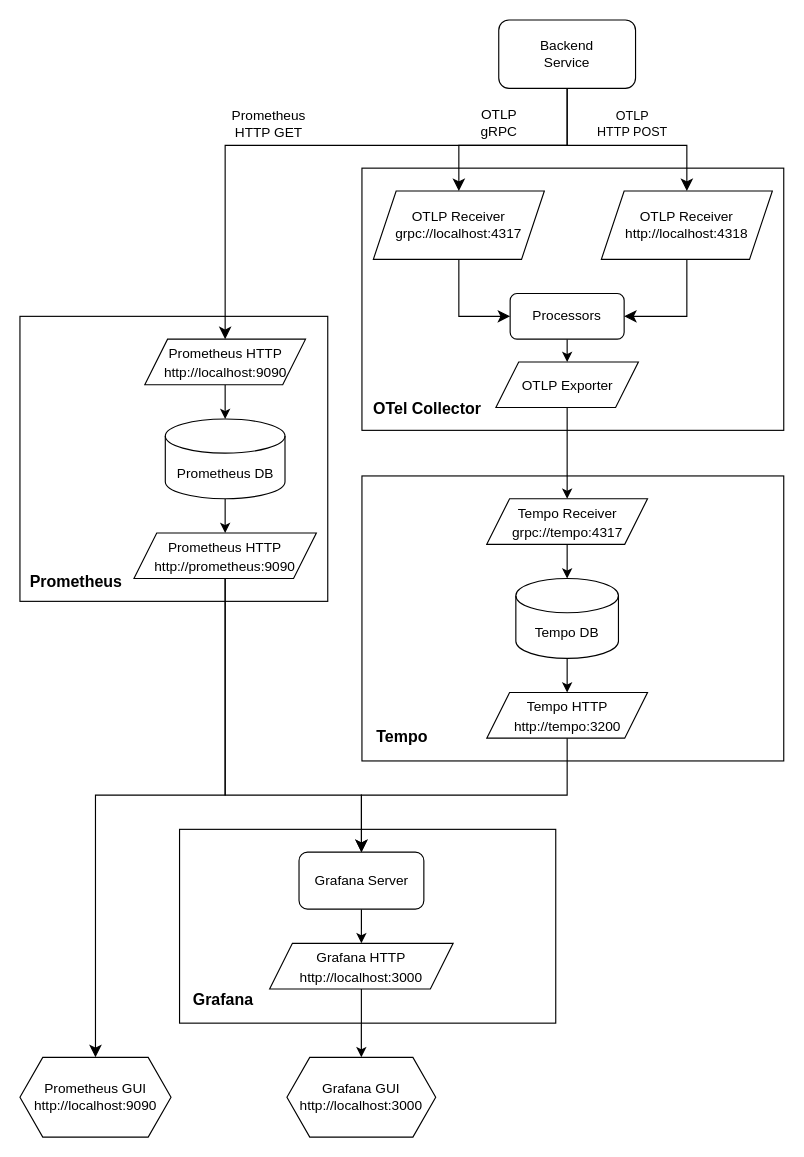
Above: figure/structure.drawio in gary1030/observability-demo (draw.io), before the change. Source tidied: cells renumbered, new cells numbered last; positions are measured from the earlier drawing's top-left corner, leaving out a move shared by most shapes. Both pictures are drawn from the tidied source at 114%, with x=0, y=0 at pixel (19, 19).
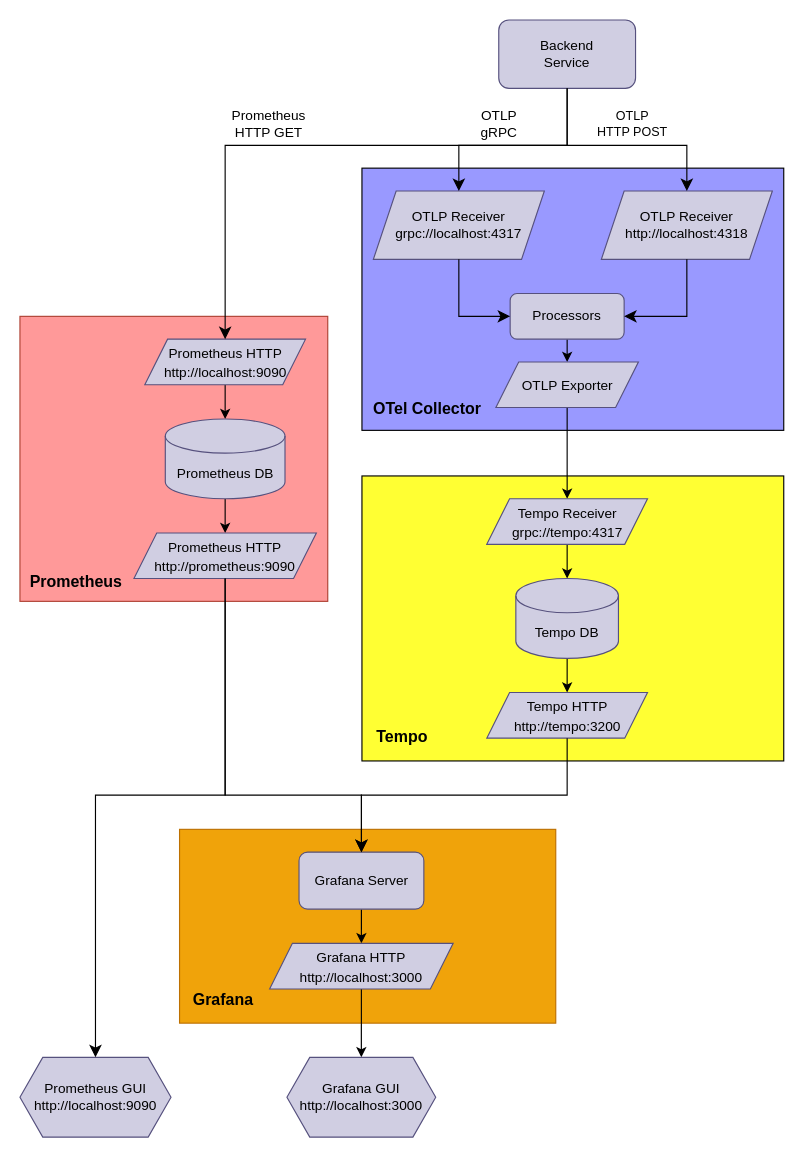
The same page after the edit.

The edit, as a diff of the source:
```diff
@@
-<mxGraphModel>
+<mxGraphModel background="#ffffff">
@@
-    <mxCell id="2" value="Backend&lt;br&gt;Service" style="rounded=1;whiteSpace=wrap;html=1;" parent="1" vertex="1">
+    <mxCell id="2" value="&lt;font color=&quot;#000000&quot;&gt;Backend&lt;br&gt;Service&lt;/font&gt;" style="rounded=1;whiteSpace=wrap;html=1;fillColor=#d0cee2;strokeColor=#56517e;" parent="1" vertex="1">
       <mxGeometry x="420" width="120" height="60" as="geometry" />
     </mxCell>
-    <mxCell id="3" style="rounded=0;whiteSpace=wrap;html=1;" parent="1" vertex="1">
+    <mxCell id="3" style="rounded=0;whiteSpace=wrap;html=1;fillColor=#9999FF;" parent="1" vertex="1">
       <mxGeometry x="300" y="130" width="370" height="230" as="geometry" />
     </mxCell>
-    <mxCell id="4" value="OTLP Receiver&lt;br&gt;grpc://localhost:4317" style="shape=parallelogram;perimeter=parallelogramPerimeter;whiteSpace=wrap;html=1;fixedSize=1;" parent="1" vertex="1">
+    <mxCell id="4" value="&lt;font color=&quot;#000000&quot;&gt;OTLP Receiver&lt;br&gt;grpc://localhost:4317&lt;/font&gt;" style="shape=parallelogram;perimeter=parallelogramPerimeter;whiteSpace=wrap;html=1;fixedSize=1;fillColor=#d0cee2;strokeColor=#56517e;" parent="1" vertex="1">
       <mxGeometry x="310" y="150" width="150" height="60" as="geometry" />
     </mxCell>
-    <mxCell id="5" value="OTLP Receiver&lt;br&gt;http://localhost:4318" style="shape=parallelogram;perimeter=parallelogramPerimeter;whiteSpace=wrap;html=1;fixedSize=1;" parent="1" vertex="1">
+    <mxCell id="5" value="&lt;font color=&quot;#000000&quot;&gt;OTLP Receiver&lt;br&gt;http://localhost:4318&lt;/font&gt;" style="shape=parallelogram;perimeter=parallelogramPerimeter;whiteSpace=wrap;html=1;fixedSize=1;fillColor=#d0cee2;strokeColor=#56517e;" parent="1" vertex="1">
       <mxGeometry x="510" y="150" width="150" height="60" as="geometry" />
     </mxCell>
-    <mxCell id="6" style="edgeStyle=none;html=1;fontSize=14;" parent="1" edge="1" source="7" target="17">
+    <mxCell id="6" style="edgeStyle=none;html=1;fontSize=14;strokeColor=#000000;" parent="1" edge="1" source="7" target="17">
       <mxGeometry relative="1" as="geometry" />
     </mxCell>
-    <mxCell id="7" value="Processors" style="rounded=1;whiteSpace=wrap;html=1;" parent="1" vertex="1">
+    <mxCell id="7" value="&lt;font color=&quot;#000000&quot;&gt;Processors&lt;/font&gt;" style="rounded=1;whiteSpace=wrap;html=1;fillColor=#d0cee2;strokeColor=#56517e;" parent="1" vertex="1">
       <mxGeometry x="430" y="240" width="100" height="40" as="geometry" />
     </mxCell>
-    <mxCell id="8" style="edgeStyle=elbowEdgeStyle;elbow=vertical;endArrow=classic;html=1;curved=0;rounded=0;endSize=8;startSize=8;exitX=0.5;exitY=1;exitDx=0;exitDy=0;entryX=0.5;entryY=0;entryDx=0;entryDy=0;" parent="1" edge="1" source="2" target="5">
+    <mxCell id="8" style="edgeStyle=elbowEdgeStyle;elbow=vertical;endArrow=classic;html=1;curved=0;rounded=0;endSize=8;startSize=8;exitX=0.5;exitY=1;exitDx=0;exitDy=0;entryX=0.5;entryY=0;entryDx=0;entryDy=0;strokeColor=#000000;" parent="1" edge="1" source="2" target="5">
       <mxGeometry relative="1" as="geometry">
         <Array as="points">
           <mxPoint x="530" y="110" />
         </Array>
       </mxGeometry>
     </mxCell>
-    <mxCell id="9" value="OTLP&lt;br&gt;HTTP POST" style="edgeLabel;html=1;align=center;verticalAlign=middle;" parent="8" vertex="1">
+    <mxCell id="9" value="&lt;font color=&quot;#000000&quot;&gt;OTLP&lt;br&gt;HTTP POST&lt;/font&gt;" style="edgeLabel;html=1;align=center;verticalAlign=middle;labelBackgroundColor=none;" parent="8" vertex="1">
       <mxGeometry x="0.18" y="1" relative="1" as="geometry">
         <mxPoint x="-9" y="-19" as="offset" />
       </mxGeometry>
     </mxCell>
-    <mxCell id="10" style="edgeStyle=elbowEdgeStyle;elbow=vertical;endArrow=classic;html=1;curved=0;rounded=0;endSize=8;startSize=8;exitX=0.5;exitY=1;exitDx=0;exitDy=0;entryX=0.5;entryY=0;entryDx=0;entryDy=0;" parent="1" edge="1" source="2" target="4">
+    <mxCell id="10" style="edgeStyle=elbowEdgeStyle;elbow=vertical;endArrow=classic;html=1;curved=0;rounded=0;endSize=8;startSize=8;exitX=0.5;exitY=1;exitDx=0;exitDy=0;entryX=0.5;entryY=0;entryDx=0;entryDy=0;strokeColor=#000000;" parent="1" edge="1" source="2" target="4">
       <mxGeometry relative="1" as="geometry">
         <Array as="points">
           <mxPoint x="430" y="110" />
         </Array>
       </mxGeometry>
     </mxCell>
-    <mxCell id="11" value="OTLP&lt;br&gt;gRPC" style="text;html=1;align=center;verticalAlign=middle;strokeColor=none;fillColor=none;" parent="1" vertex="1">
-      <mxGeometry x="390" y="70" width="60" height="40" as="geometry" />
+    <mxCell id="11" value="&lt;font color=&quot;#000000&quot;&gt;OTLP&lt;br&gt;gRPC&lt;/font&gt;" style="text;html=1;align=center;verticalAlign=middle;strokeColor=none;fillColor=none;" parent="1" vertex="1">
+      <mxGeometry x="395" y="70" width="50" height="41" as="geometry" />
     </mxCell>
-    <mxCell id="12" style="edgeStyle=elbowEdgeStyle;elbow=horizontal;endArrow=classic;html=1;curved=0;rounded=0;endSize=8;startSize=8;exitX=0.5;exitY=1;exitDx=0;exitDy=0;entryX=1;entryY=0.5;entryDx=0;entryDy=0;" parent="1" edge="1" source="5" target="7">
+    <mxCell id="12" style="edgeStyle=elbowEdgeStyle;elbow=horizontal;endArrow=classic;html=1;curved=0;rounded=0;endSize=8;startSize=8;exitX=0.5;exitY=1;exitDx=0;exitDy=0;entryX=1;entryY=0.5;entryDx=0;entryDy=0;strokeColor=#000000;" parent="1" edge="1" source="5" target="7">
       <mxGeometry relative="1" as="geometry">
         <Array as="points">
           <mxPoint x="585" y="250" />
         </Array>
       </mxGeometry>
     </mxCell>
-    <mxCell id="13" style="edgeStyle=elbowEdgeStyle;elbow=horizontal;endArrow=classic;html=1;curved=0;rounded=0;endSize=8;startSize=8;exitX=0.5;exitY=1;exitDx=0;exitDy=0;entryX=0;entryY=0.5;entryDx=0;entryDy=0;" parent="1" edge="1" source="4" target="7">
+    <mxCell id="13" style="edgeStyle=elbowEdgeStyle;elbow=horizontal;endArrow=classic;html=1;curved=0;rounded=0;endSize=8;startSize=8;exitX=0.5;exitY=1;exitDx=0;exitDy=0;entryX=0;entryY=0.5;entryDx=0;entryDy=0;strokeColor=#000000;" parent="1" edge="1" source="4" target="7">
       <mxGeometry relative="1" as="geometry">
         <Array as="points">
           <mxPoint x="385" y="240" />
         </Array>
       </mxGeometry>
     </mxCell>
-    <mxCell id="14" value="&lt;font style=&quot;font-size: 14px;&quot;&gt;OTel Collector&amp;nbsp;&lt;/font&gt;" style="text;strokeColor=none;fillColor=none;html=1;fontSize=24;fontStyle=1;verticalAlign=middle;align=center;" parent="1" vertex="1">
+    <mxCell id="14" value="&lt;font color=&quot;#000000&quot; style=&quot;font-size: 14px;&quot;&gt;OTel Collector&amp;nbsp;&lt;/font&gt;" style="text;strokeColor=none;fillColor=none;html=1;fontSize=24;fontStyle=1;verticalAlign=middle;align=center;" parent="1" vertex="1">
       <mxGeometry x="309" y="318" width="100" height="40" as="geometry" />
     </mxCell>
-    <mxCell id="15" style="rounded=0;whiteSpace=wrap;html=1;fontSize=14;" parent="1" vertex="1">
+    <mxCell id="15" style="rounded=0;whiteSpace=wrap;html=1;fontSize=14;fillColor=#FFFF33;" parent="1" vertex="1">
       <mxGeometry x="300" y="400" width="370" height="250" as="geometry" />
     </mxCell>
-    <mxCell id="16" style="edgeStyle=none;html=1;fontSize=12;" parent="1" edge="1" source="17" target="20">
+    <mxCell id="16" style="edgeStyle=none;html=1;fontSize=12;strokeColor=#000000;" parent="1" edge="1" source="17" target="20">
       <mxGeometry relative="1" as="geometry" />
     </mxCell>
-    <mxCell id="17" value="&lt;font style=&quot;font-size: 12px;&quot;&gt;OTLP Exporter&lt;/font&gt;" style="shape=parallelogram;perimeter=parallelogramPerimeter;whiteSpace=wrap;html=1;fixedSize=1;fontSize=14;" parent="1" vertex="1">
+    <mxCell id="17" value="&lt;font color=&quot;#000000&quot; style=&quot;font-size: 12px;&quot;&gt;OTLP Exporter&lt;/font&gt;" style="shape=parallelogram;perimeter=parallelogramPerimeter;whiteSpace=wrap;html=1;fixedSize=1;fontSize=14;fillColor=#d0cee2;strokeColor=#56517e;" parent="1" vertex="1">
       <mxGeometry x="417.5" y="300" width="125" height="40" as="geometry" />
     </mxCell>
-    <mxCell id="18" value="&lt;font style=&quot;font-size: 14px;&quot;&gt;Tempo&lt;/font&gt;" style="text;strokeColor=none;fillColor=none;html=1;fontSize=24;fontStyle=1;verticalAlign=middle;align=center;" parent="1" vertex="1">
+    <mxCell id="18" value="&lt;font color=&quot;#000000&quot; style=&quot;font-size: 14px;&quot;&gt;Tempo&lt;/font&gt;" style="text;strokeColor=none;fillColor=none;html=1;fontSize=24;fontStyle=1;verticalAlign=middle;align=center;" parent="1" vertex="1">
       <mxGeometry x="309" y="606" width="51" height="40" as="geometry" />
     </mxCell>
-    <mxCell id="19" style="edgeStyle=none;html=1;fontSize=12;" parent="1" edge="1" source="20" target="22">
+    <mxCell id="19" style="edgeStyle=none;html=1;fontSize=12;strokeColor=#000000;" parent="1" edge="1" source="20" target="22">
       <mxGeometry relative="1" as="geometry" />
     </mxCell>
-    <mxCell id="20" value="&lt;font style=&quot;font-size: 12px;&quot;&gt;Tempo Receiver&lt;br&gt;grpc://tempo:4317&lt;br&gt;&lt;/font&gt;" style="shape=parallelogram;perimeter=parallelogramPerimeter;whiteSpace=wrap;html=1;fixedSize=1;fontSize=14;" parent="1" vertex="1">
+    <mxCell id="20" value="&lt;font style=&quot;font-size: 12px;&quot;&gt;&lt;font color=&quot;#000000&quot;&gt;Tempo Receiver&lt;br&gt;grpc://tempo:4317&lt;/font&gt;&lt;br&gt;&lt;/font&gt;" style="shape=parallelogram;perimeter=parallelogramPerimeter;whiteSpace=wrap;html=1;fixedSize=1;fontSize=14;fillColor=#d0cee2;strokeColor=#56517e;" parent="1" vertex="1">
       <mxGeometry x="409.5" y="420" width="141" height="40" as="geometry" />
     </mxCell>
-    <mxCell id="21" style="edgeStyle=none;html=1;fontSize=12;" parent="1" edge="1" source="22" target="23">
+    <mxCell id="21" style="edgeStyle=none;html=1;fontSize=12;strokeColor=#000000;" parent="1" edge="1" source="22" target="23">
       <mxGeometry relative="1" as="geometry" />
     </mxCell>
-    <mxCell id="22" value="Tempo DB" style="shape=cylinder3;whiteSpace=wrap;html=1;boundedLbl=1;backgroundOutline=1;size=15;fontSize=12;" parent="1" vertex="1">
+    <mxCell id="22" value="&lt;font color=&quot;#000000&quot;&gt;Tempo DB&lt;/font&gt;" style="shape=cylinder3;whiteSpace=wrap;html=1;boundedLbl=1;backgroundOutline=1;size=15;fontSize=12;fillColor=#d0cee2;strokeColor=#56517e;" parent="1" vertex="1">
       <mxGeometry x="435" y="490" width="90" height="70" as="geometry" />
     </mxCell>
-    <mxCell id="23" value="&lt;font style=&quot;font-size: 12px;&quot;&gt;Tempo HTTP&lt;br&gt;http://tempo:3200&lt;br&gt;&lt;/font&gt;" style="shape=parallelogram;perimeter=parallelogramPerimeter;whiteSpace=wrap;html=1;fixedSize=1;fontSize=14;" parent="1" vertex="1">
+    <mxCell id="23" value="&lt;font style=&quot;font-size: 12px;&quot;&gt;&lt;font color=&quot;#000000&quot;&gt;Tempo HTTP&lt;br&gt;http://tempo:3200&lt;/font&gt;&lt;br&gt;&lt;/font&gt;" style="shape=parallelogram;perimeter=parallelogramPerimeter;whiteSpace=wrap;html=1;fixedSize=1;fontSize=14;fillColor=#d0cee2;strokeColor=#56517e;" parent="1" vertex="1">
       <mxGeometry x="409.5" y="590" width="141" height="40" as="geometry" />
     </mxCell>
-    <mxCell id="24" style="rounded=0;whiteSpace=wrap;html=1;fontSize=14;" parent="1" vertex="1">
+    <mxCell id="24" style="rounded=0;whiteSpace=wrap;html=1;fontSize=14;fillColor=#FF9999;strokeColor=#ae4132;" parent="1" vertex="1">
       <mxGeometry y="260" width="270" height="250" as="geometry" />
     </mxCell>
-    <mxCell id="25" value="&lt;font style=&quot;font-size: 14px;&quot;&gt;Prometheus&lt;/font&gt;" style="text;strokeColor=none;fillColor=none;html=1;fontSize=24;fontStyle=1;verticalAlign=middle;align=center;" parent="1" vertex="1">
+    <mxCell id="25" value="&lt;font color=&quot;#000000&quot; style=&quot;font-size: 14px;&quot;&gt;Prometheus&lt;/font&gt;" style="text;strokeColor=none;fillColor=none;html=1;fontSize=24;fontStyle=1;verticalAlign=middle;align=center;" parent="1" vertex="1">
       <mxGeometry x="13" y="472" width="71" height="36" as="geometry" />
     </mxCell>
-    <mxCell id="26" style="edgeStyle=none;html=1;fontSize=12;" parent="1" edge="1" source="27" target="29">
+    <mxCell id="26" style="edgeStyle=none;html=1;fontSize=12;strokeColor=#000000;" parent="1" edge="1" source="27" target="29">
       <mxGeometry relative="1" as="geometry" />
     </mxCell>
-    <mxCell id="27" value="&lt;font style=&quot;font-size: 12px;&quot;&gt;Prometheus HTTP&lt;br&gt;http://localhost:9090&lt;br&gt;&lt;/font&gt;" style="shape=parallelogram;perimeter=parallelogramPerimeter;whiteSpace=wrap;html=1;fixedSize=1;fontSize=14;" parent="1" vertex="1">
+    <mxCell id="27" value="&lt;font style=&quot;font-size: 12px;&quot;&gt;&lt;font color=&quot;#000000&quot;&gt;Prometheus HTTP&lt;br&gt;http://localhost:9090&lt;/font&gt;&lt;br&gt;&lt;/font&gt;" style="shape=parallelogram;perimeter=parallelogramPerimeter;whiteSpace=wrap;html=1;fixedSize=1;fontSize=14;fillColor=#d0cee2;strokeColor=#56517e;" parent="1" vertex="1">
       <mxGeometry x="109.5" y="280" width="141" height="40" as="geometry" />
     </mxCell>
-    <mxCell id="28" style="edgeStyle=none;html=1;fontSize=12;" parent="1" edge="1" source="29" target="30">
+    <mxCell id="28" style="edgeStyle=none;html=1;fontSize=12;strokeColor=#000000;" parent="1" edge="1" source="29" target="30">
       <mxGeometry relative="1" as="geometry" />
     </mxCell>
-    <mxCell id="29" value="Prometheus DB" style="shape=cylinder3;whiteSpace=wrap;html=1;boundedLbl=1;backgroundOutline=1;size=15;fontSize=12;" parent="1" vertex="1">
+    <mxCell id="29" value="&lt;font color=&quot;#000000&quot;&gt;Prometheus DB&lt;/font&gt;" style="shape=cylinder3;whiteSpace=wrap;html=1;boundedLbl=1;backgroundOutline=1;size=15;fontSize=12;fillColor=#d0cee2;strokeColor=#56517e;" parent="1" vertex="1">
       <mxGeometry x="127.5" y="350" width="105" height="70" as="geometry" />
     </mxCell>
-    <mxCell id="30" value="&lt;font style=&quot;font-size: 12px;&quot;&gt;Prometheus HTTP&lt;br&gt;http://prometheus:9090&lt;br&gt;&lt;/font&gt;" style="shape=parallelogram;perimeter=parallelogramPerimeter;whiteSpace=wrap;html=1;fixedSize=1;fontSize=14;" parent="1" vertex="1">
+    <mxCell id="30" value="&lt;font style=&quot;font-size: 12px;&quot;&gt;&lt;font color=&quot;#000000&quot;&gt;Prometheus HTTP&lt;br&gt;http://prometheus:9090&lt;/font&gt;&lt;br&gt;&lt;/font&gt;" style="shape=parallelogram;perimeter=parallelogramPerimeter;whiteSpace=wrap;html=1;fixedSize=1;fontSize=14;fillColor=#d0cee2;strokeColor=#56517e;" parent="1" vertex="1">
       <mxGeometry x="100" y="450" width="160" height="40" as="geometry" />
     </mxCell>
-    <mxCell id="31" style="edgeStyle=elbowEdgeStyle;elbow=horizontal;endArrow=classic;html=1;curved=0;rounded=0;endSize=8;startSize=8;fontSize=12;entryX=0.5;entryY=0;entryDx=0;entryDy=0;" parent="1" edge="1" target="27">
+    <mxCell id="31" style="edgeStyle=elbowEdgeStyle;elbow=horizontal;endArrow=classic;html=1;curved=0;rounded=0;endSize=8;startSize=8;fontSize=12;entryX=0.5;entryY=0;entryDx=0;entryDy=0;strokeColor=#000000;" parent="1" edge="1" target="27">
       <mxGeometry relative="1" as="geometry">
         <mxPoint x="480" y="110" as="sourcePoint" />
         <Array as="points">
           <mxPoint x="180" y="160" />
         </Array>
       </mxGeometry>
     </mxCell>
-    <mxCell id="32" value="Prometheus&lt;br&gt;HTTP GET" style="edgeLabel;html=1;align=center;verticalAlign=middle;fontSize=12;" parent="31" vertex="1">
+    <mxCell id="32" value="&lt;font color=&quot;#000000&quot;&gt;Prometheus&lt;br&gt;HTTP GET&lt;/font&gt;" style="edgeLabel;html=1;align=center;verticalAlign=middle;fontSize=12;labelBackgroundColor=none;" parent="31" vertex="1">
       <mxGeometry x="0.12" y="-1" relative="1" as="geometry">
         <mxPoint y="-19" as="offset" />
       </mxGeometry>
     </mxCell>
-    <mxCell id="33" style="rounded=0;whiteSpace=wrap;html=1;fontSize=12;" parent="1" vertex="1">
+    <mxCell id="33" style="rounded=0;whiteSpace=wrap;html=1;fontSize=12;fillColor=#f0a30a;fontColor=#000000;strokeColor=#BD7000;" parent="1" vertex="1">
       <mxGeometry x="140" y="710" width="330" height="170" as="geometry" />
     </mxCell>
-    <mxCell id="34" style="edgeStyle=none;html=1;fontSize=12;" parent="1" edge="1" source="35" target="37">
+    <mxCell id="34" style="edgeStyle=none;html=1;fontSize=12;strokeColor=#000000;" parent="1" edge="1" source="35" target="37">
       <mxGeometry relative="1" as="geometry" />
     </mxCell>
-    <mxCell id="35" value="Grafana Server" style="rounded=1;whiteSpace=wrap;html=1;fontSize=12;" parent="1" vertex="1">
+    <mxCell id="35" value="&lt;font color=&quot;#000000&quot;&gt;Grafana Server&lt;/font&gt;" style="rounded=1;whiteSpace=wrap;html=1;fontSize=12;fillColor=#d0cee2;strokeColor=#56517e;" parent="1" vertex="1">
       <mxGeometry x="244.8" y="730" width="109.5" height="50" as="geometry" />
     </mxCell>
-    <mxCell id="36" style="edgeStyle=none;html=1;fontSize=12;" parent="1" edge="1" source="37" target="41">
+    <mxCell id="36" style="edgeStyle=none;html=1;fontSize=12;strokeColor=#000000;" parent="1" edge="1" source="37" target="41">
       <mxGeometry relative="1" as="geometry" />
     </mxCell>
-    <mxCell id="37" value="&lt;font style=&quot;font-size: 12px;&quot;&gt;Grafana HTTP&lt;br&gt;http://localhost:3000&lt;br&gt;&lt;/font&gt;" style="shape=parallelogram;perimeter=parallelogramPerimeter;whiteSpace=wrap;html=1;fixedSize=1;fontSize=14;" parent="1" vertex="1">
+    <mxCell id="37" value="&lt;font style=&quot;font-size: 12px;&quot;&gt;&lt;font color=&quot;#000000&quot;&gt;Grafana HTTP&lt;br&gt;http://localhost:3000&lt;/font&gt;&lt;br&gt;&lt;/font&gt;" style="shape=parallelogram;perimeter=parallelogramPerimeter;whiteSpace=wrap;html=1;fixedSize=1;fontSize=14;fillColor=#d0cee2;strokeColor=#56517e;" parent="1" vertex="1">
       <mxGeometry x="219" y="810" width="161" height="40" as="geometry" />
     </mxCell>
-    <mxCell id="38" value="&lt;font style=&quot;font-size: 14px;&quot;&gt;Grafana&lt;/font&gt;" style="text;strokeColor=none;fillColor=none;html=1;fontSize=24;fontStyle=1;verticalAlign=middle;align=center;" parent="1" vertex="1">
+    <mxCell id="38" value="&lt;font color=&quot;#000000&quot; style=&quot;font-size: 14px;&quot;&gt;Grafana&lt;/font&gt;" style="text;strokeColor=none;fillColor=none;html=1;fontSize=24;fontStyle=1;verticalAlign=middle;align=center;" parent="1" vertex="1">
       <mxGeometry x="152.5" y="837" width="51" height="40" as="geometry" />
     </mxCell>
-    <mxCell id="39" style="edgeStyle=elbowEdgeStyle;elbow=vertical;endArrow=classic;html=1;curved=0;rounded=0;endSize=8;startSize=8;fontSize=12;entryX=0.5;entryY=0;entryDx=0;entryDy=0;exitX=0.5;exitY=1;exitDx=0;exitDy=0;" parent="1" edge="1" source="30" target="35">
+    <mxCell id="39" style="edgeStyle=elbowEdgeStyle;elbow=vertical;endArrow=classic;html=1;curved=0;rounded=0;endSize=8;startSize=8;fontSize=12;entryX=0.5;entryY=0;entryDx=0;entryDy=0;exitX=0.5;exitY=1;exitDx=0;exitDy=0;strokeColor=#000000;" parent="1" edge="1" source="30" target="35">
       <mxGeometry relative="1" as="geometry">
         <Array as="points">
           <mxPoint x="240" y="680" />
         </Array>
       </mxGeometry>
     </mxCell>
-    <mxCell id="40" style="edgeStyle=elbowEdgeStyle;elbow=vertical;endArrow=classic;html=1;curved=0;rounded=0;endSize=8;startSize=8;fontSize=12;exitX=0.5;exitY=1;exitDx=0;exitDy=0;entryX=0.5;entryY=0;entryDx=0;entryDy=0;" parent="1" edge="1" source="23" target="35">
+    <mxCell id="40" style="edgeStyle=elbowEdgeStyle;elbow=vertical;endArrow=classic;html=1;curved=0;rounded=0;endSize=8;startSize=8;fontSize=12;exitX=0.5;exitY=1;exitDx=0;exitDy=0;entryX=0.5;entryY=0;entryDx=0;entryDy=0;strokeColor=#000000;" parent="1" edge="1" source="23" target="35">
       <mxGeometry relative="1" as="geometry" />
     </mxCell>
-    <mxCell id="41" value="Grafana GUI&lt;br&gt;http://localhost:3000" style="shape=hexagon;perimeter=hexagonPerimeter2;whiteSpace=wrap;html=1;fixedSize=1;fontSize=12;" parent="1" vertex="1">
+    <mxCell id="41" value="&lt;font color=&quot;#000000&quot;&gt;Grafana GUI&lt;br&gt;http://localhost:3000&lt;/font&gt;" style="shape=hexagon;perimeter=hexagonPerimeter2;whiteSpace=wrap;html=1;fixedSize=1;fontSize=12;fillColor=#d0cee2;strokeColor=#56517e;" parent="1" vertex="1">
       <mxGeometry x="234.2" y="910" width="130.5" height="70" as="geometry" />
     </mxCell>
-    <mxCell id="42" value="Prometheus GUI&lt;br&gt;http://localhost:9090" style="shape=hexagon;perimeter=hexagonPerimeter2;whiteSpace=wrap;html=1;fixedSize=1;fontSize=12;" parent="1" vertex="1">
+    <mxCell id="42" value="&lt;font color=&quot;#000000&quot;&gt;Prometheus GUI&lt;br&gt;http://localhost:9090&lt;/font&gt;" style="shape=hexagon;perimeter=hexagonPerimeter2;whiteSpace=wrap;html=1;fixedSize=1;fontSize=12;fillColor=#d0cee2;strokeColor=#56517e;" parent="1" vertex="1">
       <mxGeometry y="910" width="132.5" height="70" as="geometry" />
     </mxCell>
-    <mxCell id="43" style="edgeStyle=elbowEdgeStyle;elbow=vertical;endArrow=classic;html=1;curved=0;rounded=0;endSize=8;startSize=8;fontSize=12;exitX=0.5;exitY=1;exitDx=0;exitDy=0;entryX=0.5;entryY=0;entryDx=0;entryDy=0;" parent="1" edge="1" source="30" target="42">
+    <mxCell id="43" style="edgeStyle=elbowEdgeStyle;elbow=vertical;endArrow=classic;html=1;curved=0;rounded=0;endSize=8;startSize=8;fontSize=12;exitX=0.5;exitY=1;exitDx=0;exitDy=0;entryX=0.5;entryY=0;entryDx=0;entryDy=0;strokeColor=#000000;" parent="1" edge="1" source="30" target="42">
       <mxGeometry relative="1" as="geometry">
         <Array as="points">
           <mxPoint x="130" y="680" />
         </Array>
       </mxGeometry>
     </mxCell>
```
